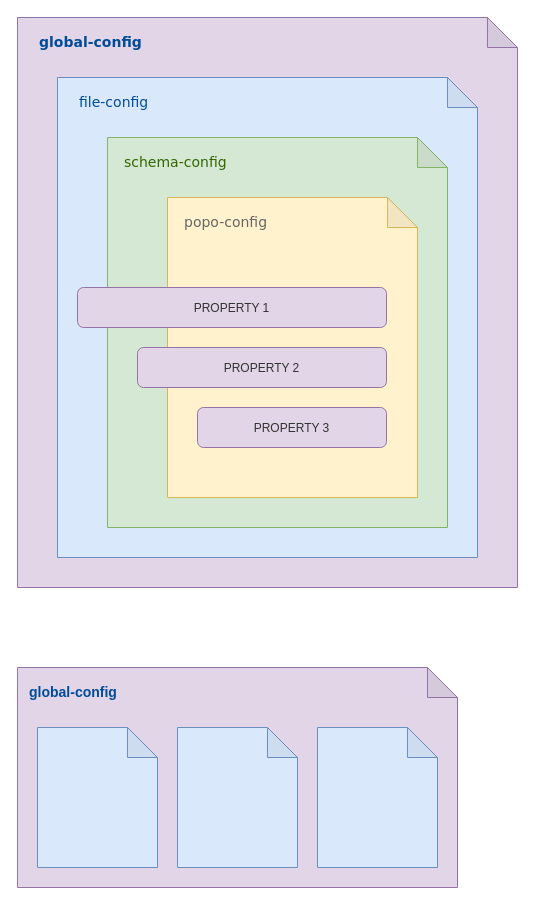
This is doc/schema.drawio from oliwierptak/popo, a draw.io file, before an edit. Source tidied: cells renumbered, new cells numbered last; positions are measured from the earlier drawing's top-left corner, leaving out a move shared by most shapes. Both pictures are drawn from the tidied source at 100%, with x=0, y=0 at pixel (17, 17).
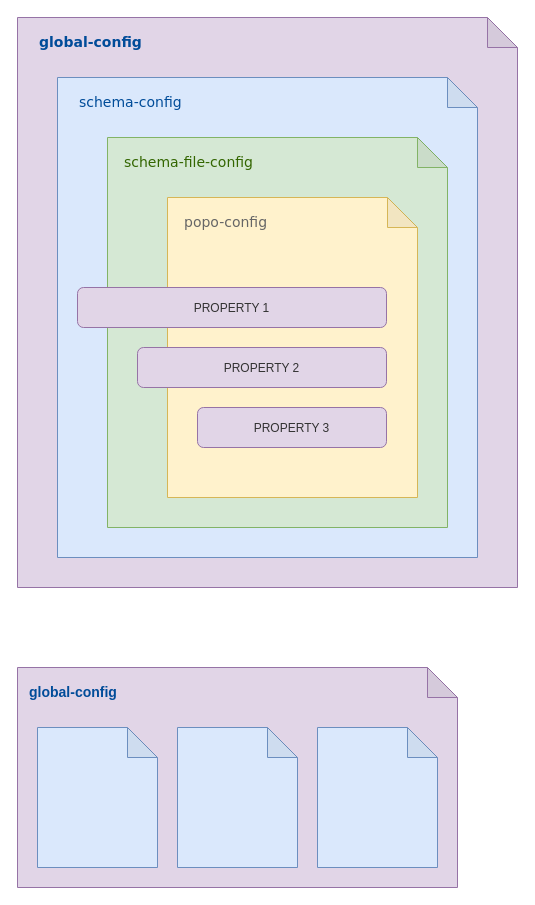
The same diagram, later.

Commit message:
update schema diagram

The edit, as a diff of the source:
```diff
@@
 <mxGraphModel>
   <root>
     <mxCell id="0" />
     <mxCell id="1" parent="0" />
     <mxCell id="2" style="shape=note;whiteSpace=wrap;html=1;backgroundOutline=1;darkOpacity=0.05;fillColor=#e1d5e7;strokeColor=#9673a6;" parent="1" vertex="1">
       <mxGeometry width="500" height="570" as="geometry" />
     </mxCell>
     <mxCell id="3" value="&lt;div style=&quot;text-align: center ; font-size: 14px&quot;&gt;&lt;font face=&quot;Verdana&quot;&gt;global-config&lt;/font&gt;&lt;/div&gt;" style="text;whiteSpace=wrap;html=1;fontSize=14;fontStyle=1;fillColor=none;fontColor=#004C99;" parent="1" vertex="1">
       <mxGeometry x="20" y="10" width="210" height="30" as="geometry" />
     </mxCell>
     <mxCell id="4" style="shape=note;whiteSpace=wrap;html=1;backgroundOutline=1;darkOpacity=0.05;fillColor=#e1d5e7;strokeColor=#9673a6;" parent="1" vertex="1">
       <mxGeometry y="650" width="440" height="220" as="geometry" />
     </mxCell>
     <mxCell id="5" value="&lt;div style=&quot;text-align: center ; font-size: 14px&quot;&gt;&lt;font face=&quot;helvetica&quot;&gt;global-config&lt;/font&gt;&lt;/div&gt;" style="text;whiteSpace=wrap;html=1;fontSize=14;fontStyle=1;fillColor=none;fontColor=#004C99;" parent="1" vertex="1">
       <mxGeometry x="10" y="660" width="210" height="30" as="geometry" />
     </mxCell>
     <mxCell id="6" style="shape=note;whiteSpace=wrap;html=1;backgroundOutline=1;darkOpacity=0.05;fillColor=#dae8fc;strokeColor=#6c8ebf;" parent="1" vertex="1">
       <mxGeometry x="20" y="710" width="120" height="140" as="geometry" />
     </mxCell>
     <mxCell id="7" style="shape=note;whiteSpace=wrap;html=1;backgroundOutline=1;darkOpacity=0.05;fillColor=#dae8fc;strokeColor=#6c8ebf;" parent="1" vertex="1">
       <mxGeometry x="160" y="710" width="120" height="140" as="geometry" />
     </mxCell>
     <mxCell id="8" style="shape=note;whiteSpace=wrap;html=1;backgroundOutline=1;darkOpacity=0.05;fillColor=#dae8fc;strokeColor=#6c8ebf;" parent="1" vertex="1">
       <mxGeometry x="300" y="710" width="120" height="140" as="geometry" />
     </mxCell>
     <mxCell id="9" style="shape=note;whiteSpace=wrap;html=1;backgroundOutline=1;darkOpacity=0.05;fillColor=#dae8fc;strokeColor=#6c8ebf;" parent="1" vertex="1">
       <mxGeometry x="40" y="60" width="420" height="480" as="geometry" />
     </mxCell>
-    <mxCell id="10" value="&lt;div style=&quot;font-size: 14px&quot;&gt;&lt;span style=&quot;font-size: 14px ; font-style: normal ; letter-spacing: normal ; text-align: center ; text-indent: 0px ; text-transform: none ; word-spacing: 0px ; float: none ; display: inline&quot;&gt;&lt;font&gt;file-config&lt;/font&gt;&lt;/span&gt;&lt;/div&gt;" style="text;whiteSpace=wrap;html=1;fontSize=14;fontStyle=0;fillColor=none;fontColor=#004C99;fontFamily=Verdana;" parent="1" vertex="1">
+    <mxCell id="10" value="&lt;div style=&quot;font-size: 14px&quot;&gt;&lt;span style=&quot;font-size: 14px ; font-style: normal ; letter-spacing: normal ; text-align: center ; text-indent: 0px ; text-transform: none ; word-spacing: 0px ; float: none ; display: inline&quot;&gt;&lt;font&gt;schema-config&lt;/font&gt;&lt;/span&gt;&lt;/div&gt;" style="text;whiteSpace=wrap;html=1;fontSize=14;fontStyle=0;fillColor=none;fontColor=#004C99;fontFamily=Verdana;" parent="1" vertex="1">
       <mxGeometry x="60" y="70" width="210" height="30" as="geometry" />
     </mxCell>
     <mxCell id="11" style="shape=note;whiteSpace=wrap;html=1;backgroundOutline=1;darkOpacity=0.05;fillColor=#d5e8d4;strokeColor=#82b366;" parent="1" vertex="1">
       <mxGeometry x="90" y="120" width="340" height="390" as="geometry" />
     </mxCell>
-    <mxCell id="12" value="&lt;div style=&quot;font-size: 14px&quot;&gt;&lt;span style=&quot;font-size: 14px ; font-style: normal ; letter-spacing: normal ; text-align: center ; text-indent: 0px ; text-transform: none ; word-spacing: 0px ; float: none ; display: inline&quot;&gt;&lt;font face=&quot;Verdana&quot;&gt;schema-config&lt;/font&gt;&lt;/span&gt;&lt;/div&gt;" style="text;whiteSpace=wrap;html=1;fontSize=14;fontStyle=0;fillColor=none;fontColor=#336600;" parent="1" vertex="1">
+    <mxCell id="12" value="&lt;div style=&quot;font-size: 14px&quot;&gt;&lt;span style=&quot;font-size: 14px ; font-style: normal ; letter-spacing: normal ; text-align: center ; text-indent: 0px ; text-transform: none ; word-spacing: 0px ; float: none ; display: inline&quot;&gt;&lt;font face=&quot;Verdana&quot;&gt;schema-file-config&lt;/font&gt;&lt;/span&gt;&lt;/div&gt;" style="text;whiteSpace=wrap;html=1;fontSize=14;fontStyle=0;fillColor=none;fontColor=#336600;" parent="1" vertex="1">
       <mxGeometry x="104.5" y="130" width="220" height="30" as="geometry" />
     </mxCell>
     <mxCell id="13" style="shape=note;whiteSpace=wrap;html=1;backgroundOutline=1;darkOpacity=0.05;fillColor=#fff2cc;strokeColor=#d6b656;" parent="1" vertex="1">
       <mxGeometry x="150" y="180" width="250" height="300" as="geometry" />
     </mxCell>
     <mxCell id="14" value="&lt;div style=&quot;font-size: 14px&quot;&gt;&lt;span style=&quot;font-size: 14px ; font-style: normal ; letter-spacing: normal ; text-align: center ; text-indent: 0px ; text-transform: none ; word-spacing: 0px ; float: none ; display: inline&quot;&gt;&lt;font face=&quot;Verdana&quot;&gt;popo-config&lt;/font&gt;&lt;/span&gt;&lt;/div&gt;" style="text;whiteSpace=wrap;html=1;fontSize=14;fontStyle=0;fillColor=none;fontColor=#666666;" parent="1" vertex="1">
       <mxGeometry x="165" y="190" width="220" height="30" as="geometry" />
     </mxCell>
     <mxCell id="15" value="PROPERTY 1" style="rounded=1;fillColor=#e1d5e7;fontSize=12;strokeColor=#9673a6;fontColor=#333333;" parent="1" vertex="1">
       <mxGeometry x="60" y="270" width="309" height="40" as="geometry" />
     </mxCell>
     <mxCell id="16" value="PROPERTY 2" style="rounded=1;fillColor=#e1d5e7;fontSize=12;strokeColor=#9673a6;fontColor=#333333;" parent="1" vertex="1">
       <mxGeometry x="120" y="330" width="249" height="40" as="geometry" />
     </mxCell>
     <mxCell id="17" value="PROPERTY 3" style="rounded=1;fillColor=#e1d5e7;fontSize=12;strokeColor=#9673a6;fontColor=#333333;" parent="1" vertex="1">
       <mxGeometry x="180" y="390" width="189" height="40" as="geometry" />
     </mxCell>
   </root>
 </mxGraphModel>
```
